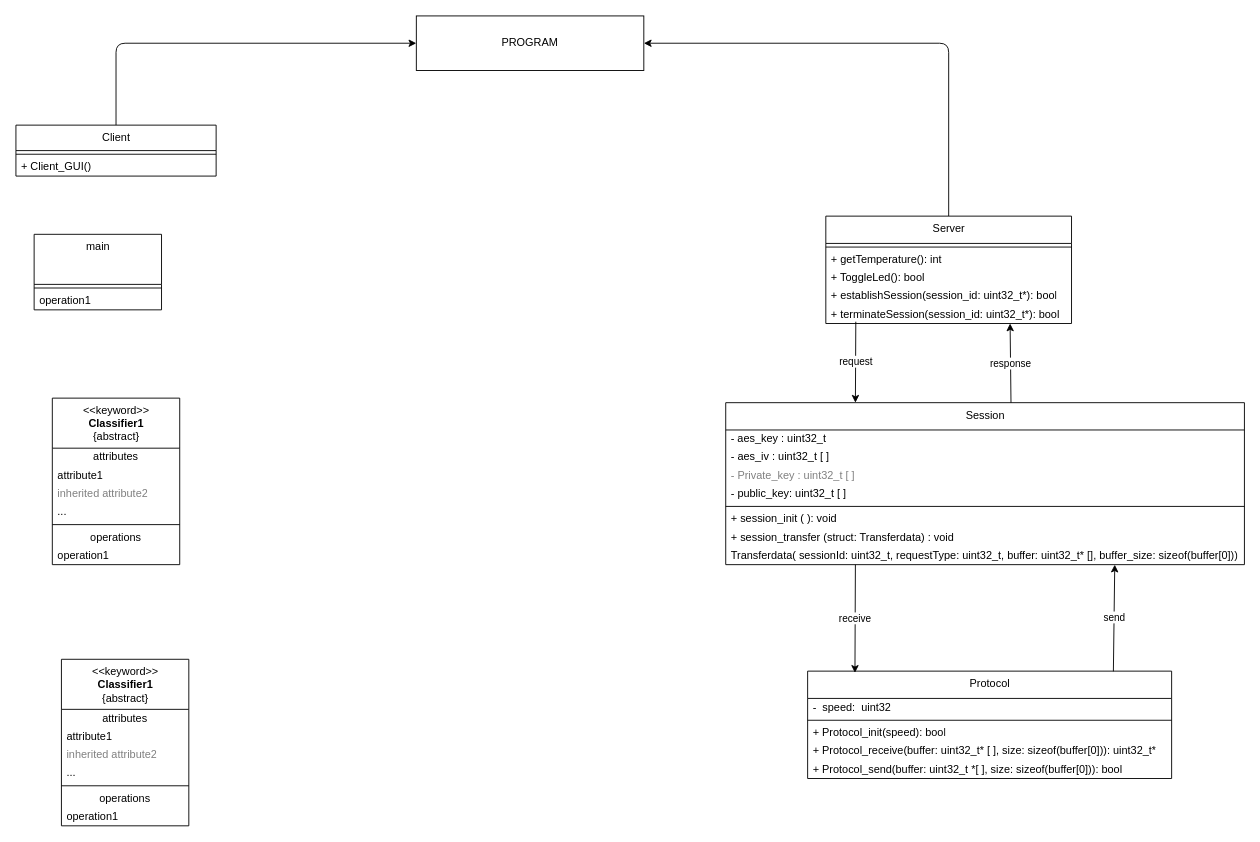
Before: docs/diagram.drawio in nkkyviv/Security, a draw.io diagram. Source tidied: cells renumbered, new cells numbered last; positions are measured from the earlier drawing's top-left corner, leaving out a move shared by most shapes. Both pictures are drawn from the tidied source at 91%, with x=0, y=0 at pixel (15, 15).
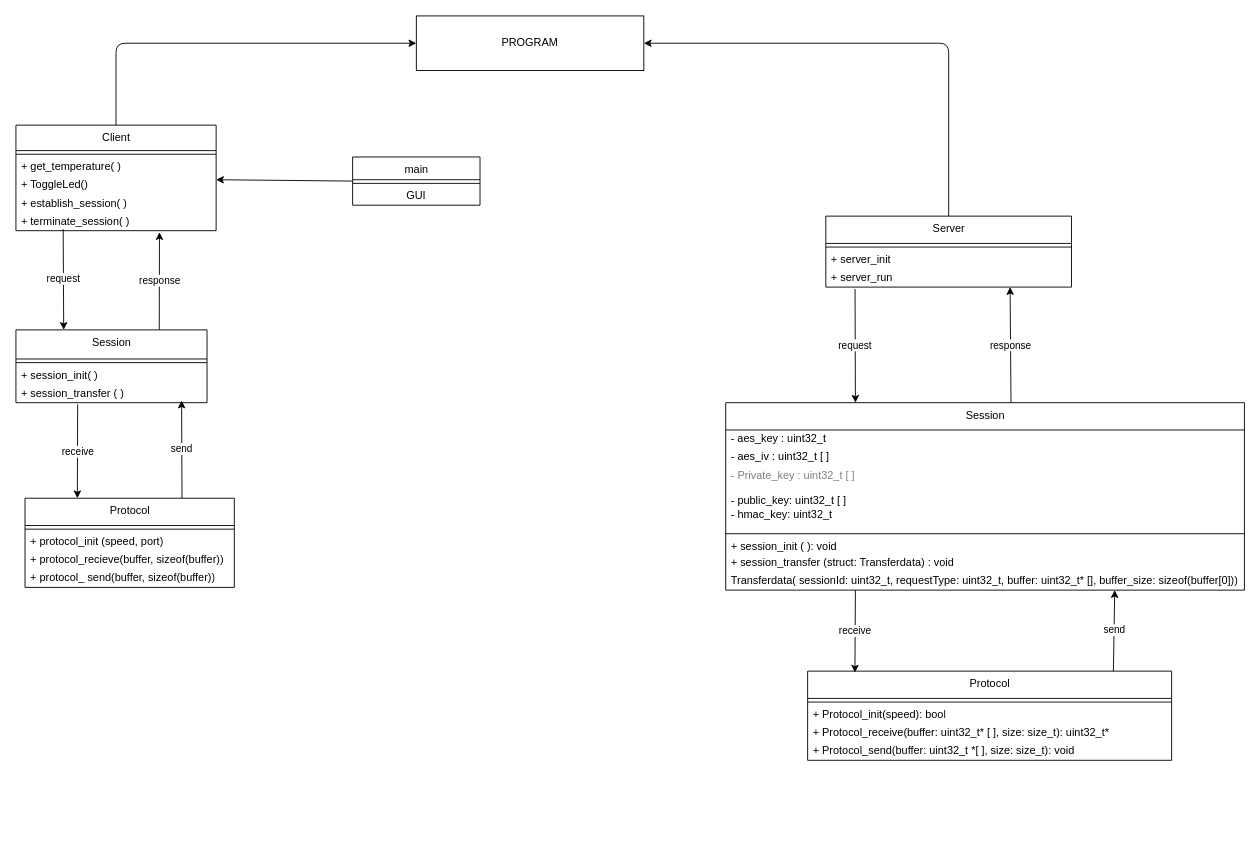
The same diagram, later.

Change to the diagram source:
```diff
@@
     <mxCell id="2" value="Protocol" style="swimlane;fontStyle=0;align=center;verticalAlign=top;horizontal=1;startSize=30;html=1;" parent="1" vertex="1">
-      <mxGeometry x="870" y="720" width="400" height="118" as="geometry" />
+      <mxGeometry x="870" y="720" width="400" height="98" as="geometry" />
     </mxCell>
-    <mxCell id="3" value="-&amp;nbsp; speed:&amp;nbsp; uint32" style="text;html=1;strokeColor=none;fillColor=none;align=left;verticalAlign=middle;spacingLeft=4;spacingRight=4;overflow=hidden;" parent="2" vertex="1">
-      <mxGeometry y="30" width="400" height="20" as="geometry" />
-    </mxCell>
     <mxCell id="4" style="line;strokeWidth=1;fillColor=none;align=left;verticalAlign=middle;spacingTop=-1;spacingLeft=3;spacingRight=3;labelPosition=right;" parent="2" vertex="1">
-      <mxGeometry y="50" width="400" height="8" as="geometry" />
+      <mxGeometry y="30" width="400" height="8" as="geometry" />
     </mxCell>
     <mxCell id="5" value="+ Protocol_init(speed): bool" style="text;html=1;strokeColor=none;fillColor=none;align=left;verticalAlign=middle;spacingLeft=4;spacingRight=4;overflow=hidden;" parent="2" vertex="1">
-      <mxGeometry y="58" width="400" height="20" as="geometry" />
+      <mxGeometry y="38" width="400" height="20" as="geometry" />
     </mxCell>
-    <mxCell id="6" value="+ Protocol_receive(buffer: uint32_t* [ ], size: sizeof(buffer[0])): uint32_t*" style="text;html=1;strokeColor=none;fillColor=none;align=left;verticalAlign=middle;spacingLeft=4;spacingRight=4;overflow=hidden;" parent="2" vertex="1">
-      <mxGeometry y="78" width="400" height="20" as="geometry" />
+    <mxCell id="6" value="+ Protocol_receive(buffer: uint32_t* [ ], size: size_t): uint32_t*" style="text;html=1;strokeColor=none;fillColor=none;align=left;verticalAlign=middle;spacingLeft=4;spacingRight=4;overflow=hidden;" parent="2" vertex="1">
+      <mxGeometry y="58" width="400" height="20" as="geometry" />
     </mxCell>
-    <mxCell id="7" value="+ Protocol_send(buffer: uint32_t *[ ], size: sizeof(buffer[0])): bool" style="text;html=1;strokeColor=none;fillColor=none;align=left;verticalAlign=middle;spacingLeft=4;spacingRight=4;overflow=hidden;" parent="2" vertex="1">
-      <mxGeometry y="98" width="400" height="20" as="geometry" />
+    <mxCell id="7" value="+ Protocol_send(buffer: uint32_t *[ ], size: size_t): void" style="text;html=1;strokeColor=none;fillColor=none;align=left;verticalAlign=middle;spacingLeft=4;spacingRight=4;overflow=hidden;" parent="2" vertex="1">
+      <mxGeometry y="78" width="400" height="20" as="geometry" />
     </mxCell>
@@
     <mxCell id="10" value="Server" style="swimlane;fontStyle=0;align=center;verticalAlign=top;horizontal=1;startSize=30;html=1;" parent="1" vertex="1">
-      <mxGeometry x="890" y="220" width="270" height="118" as="geometry" />
+      <mxGeometry x="890" y="220" width="270" height="78" as="geometry" />
     </mxCell>
@@
-    <mxCell id="12" value="+ getTemperature(): int" style="text;html=1;strokeColor=none;fillColor=none;align=left;verticalAlign=middle;spacingLeft=4;spacingRight=4;overflow=hidden;" parent="10" vertex="1">
+    <mxCell id="12" value="+ server_init" style="text;html=1;strokeColor=none;fillColor=none;align=left;verticalAlign=middle;spacingLeft=4;spacingRight=4;overflow=hidden;" parent="10" vertex="1">
       <mxGeometry y="38" width="270" height="20" as="geometry" />
     </mxCell>
-    <mxCell id="13" value="+ ToggleLed(): bool" style="text;html=1;strokeColor=none;fillColor=none;align=left;verticalAlign=middle;spacingLeft=4;spacingRight=4;overflow=hidden;points=[[0,0.5],[1,0.5]];portConstraint=eastwest;" parent="10" vertex="1">
+    <mxCell id="13" value="+ server_run" style="text;html=1;strokeColor=none;fillColor=none;align=left;verticalAlign=middle;spacingLeft=4;spacingRight=4;overflow=hidden;points=[[0,0.5],[1,0.5]];portConstraint=eastwest;" parent="10" vertex="1">
       <mxGeometry y="58" width="270" height="20" as="geometry" />
     </mxCell>
-    <mxCell id="14" value="+ establishSession(session_id: uint32_t*): bool" style="text;html=1;strokeColor=none;fillColor=none;align=left;verticalAlign=middle;spacingLeft=4;spacingRight=4;overflow=hidden;" parent="10" vertex="1">
-      <mxGeometry y="78" width="270" height="20" as="geometry" />
-    </mxCell>
-    <mxCell id="15" value="+ terminateSession(session_id: uint32_t*): bool" style="text;html=1;strokeColor=none;fillColor=none;align=left;verticalAlign=middle;spacingLeft=4;spacingRight=4;overflow=hidden;points=[[0,0.5],[1,0.5]];portConstraint=eastwest;" parent="10" vertex="1">
-      <mxGeometry y="98" width="270" height="20" as="geometry" />
-    </mxCell>
@@
     <mxCell id="17" value="Client" style="swimlane;fontStyle=0;align=center;verticalAlign=top;horizontal=1;startSize=28;html=1;" parent="1" vertex="1">
-      <mxGeometry y="120" width="220" height="56" as="geometry" />
+      <mxGeometry y="120" width="220" height="116" as="geometry" />
     </mxCell>
@@
-    <mxCell id="19" value="+ Client_GUI()" style="text;html=1;strokeColor=none;fillColor=none;align=left;verticalAlign=middle;spacingLeft=4;spacingRight=4;overflow=hidden;" parent="17" vertex="1">
+    <mxCell id="19" value="+ get_temperature( )" style="text;html=1;strokeColor=none;fillColor=none;align=left;verticalAlign=middle;spacingLeft=4;spacingRight=4;overflow=hidden;" parent="17" vertex="1">
       <mxGeometry y="36" width="220" height="20" as="geometry" />
     </mxCell>
+    <mxCell id="52" value="+ ToggleLed()" style="text;html=1;strokeColor=none;fillColor=none;align=left;verticalAlign=middle;spacingLeft=4;spacingRight=4;overflow=hidden;" parent="17" vertex="1">
+      <mxGeometry y="56" width="220" height="20" as="geometry" />
+    </mxCell>
+    <mxCell id="53" value="+ establish_session( )" style="text;html=1;strokeColor=none;fillColor=none;align=left;verticalAlign=middle;spacingLeft=4;spacingRight=4;overflow=hidden;" parent="17" vertex="1">
+      <mxGeometry y="76" width="220" height="20" as="geometry" />
+    </mxCell>
+    <mxCell id="54" value="+ terminate_session( )" style="text;html=1;strokeColor=none;fillColor=none;align=left;verticalAlign=middle;spacingLeft=4;spacingRight=4;overflow=hidden;points=[[0,0.5],[1,0.5]];portConstraint=eastwest;" parent="17" vertex="1">
+      <mxGeometry y="96" width="220" height="20" as="geometry" />
+    </mxCell>
@@
-    <mxCell id="21" value="main" style="swimlane;fontStyle=0;align=center;verticalAlign=top;horizontal=1;startSize=55;html=1;" parent="1" vertex="1">
-      <mxGeometry x="20" y="240" width="140" height="83" as="geometry" />
-    </mxCell>
-    <mxCell id="22" style="line;strokeWidth=1;fillColor=none;align=left;verticalAlign=middle;spacingTop=-1;spacingLeft=3;spacingRight=3;labelPosition=right;" parent="21" vertex="1">
-      <mxGeometry y="55" width="140" height="8" as="geometry" />
-    </mxCell>
-    <mxCell id="23" value="operation1" style="text;html=1;strokeColor=none;fillColor=none;align=left;verticalAlign=middle;spacingLeft=4;spacingRight=4;overflow=hidden;" parent="21" vertex="1">
-      <mxGeometry y="63" width="140" height="20" as="geometry" />
-    </mxCell>
+    <mxCell id="55" value="response" style="edgeStyle=none;html=1;exitX=0.75;exitY=0;exitDx=0;exitDy=0;entryX=0.717;entryY=1.084;entryDx=0;entryDy=0;entryPerimeter=0;" parent="1" edge="1" source="24" target="54">
+      <mxGeometry relative="1" as="geometry" />
+    </mxCell>
-    <mxCell id="24" value="&amp;lt;&amp;lt;keyword&amp;gt;&amp;gt;&lt;br&gt;&lt;b&gt;Classifier1&lt;/b&gt;&lt;br&gt;{abstract}" style="swimlane;fontStyle=0;align=center;verticalAlign=top;horizontal=1;startSize=55;html=1;" parent="1" vertex="1">
-      <mxGeometry x="40" y="420" width="140" height="183" as="geometry" />
+    <mxCell id="24" value="Session" style="swimlane;fontStyle=0;align=center;verticalAlign=top;horizontal=1;startSize=32;html=1;" parent="1" vertex="1">
+      <mxGeometry y="345" width="210" height="80" as="geometry" />
     </mxCell>
-    <mxCell id="25" value="attributes" style="text;html=1;strokeColor=none;fillColor=none;align=center;verticalAlign=middle;spacingLeft=4;spacingRight=4;overflow=hidden;" parent="24" vertex="1">
-      <mxGeometry y="55" width="140" height="20" as="geometry" />
-    </mxCell>
-    <mxCell id="26" value="attribute1" style="text;html=1;strokeColor=none;fillColor=none;align=left;verticalAlign=middle;spacingLeft=4;spacingRight=4;overflow=hidden;" parent="24" vertex="1">
-      <mxGeometry y="75" width="140" height="20" as="geometry" />
-    </mxCell>
-    <mxCell id="27" value="inherited attribute2" style="text;html=1;strokeColor=none;fillColor=none;align=left;verticalAlign=middle;spacingLeft=4;spacingRight=4;overflow=hidden;fontColor=#808080;" parent="24" vertex="1">
-      <mxGeometry y="95" width="140" height="20" as="geometry" />
-    </mxCell>
-    <mxCell id="28" value="..." style="text;html=1;strokeColor=none;fillColor=none;align=left;verticalAlign=middle;spacingLeft=4;spacingRight=4;overflow=hidden;" parent="24" vertex="1">
-      <mxGeometry y="115" width="140" height="20" as="geometry" />
-    </mxCell>
     <mxCell id="29" style="line;strokeWidth=1;fillColor=none;align=left;verticalAlign=middle;spacingTop=-1;spacingLeft=3;spacingRight=3;labelPosition=right;" parent="24" vertex="1">
-      <mxGeometry y="135" width="140" height="8" as="geometry" />
+      <mxGeometry y="32" width="210" height="8" as="geometry" />
     </mxCell>
-    <mxCell id="30" value="operations" style="text;html=1;strokeColor=none;fillColor=none;align=center;verticalAlign=middle;spacingLeft=4;spacingRight=4;overflow=hidden;" parent="24" vertex="1">
-      <mxGeometry y="143" width="140" height="20" as="geometry" />
-    </mxCell>
-    <mxCell id="31" value="operation1" style="text;html=1;strokeColor=none;fillColor=none;align=left;verticalAlign=middle;spacingLeft=4;spacingRight=4;overflow=hidden;" parent="24" vertex="1">
-      <mxGeometry y="163" width="140" height="20" as="geometry" />
+    <mxCell id="31" value="+ session_init( )" style="text;html=1;strokeColor=none;fillColor=none;align=left;verticalAlign=middle;spacingLeft=4;spacingRight=4;overflow=hidden;" parent="24" vertex="1">
+      <mxGeometry y="40" width="210" height="20" as="geometry" />
     </mxCell>
+    <mxCell id="56" value="+ session_transfer ( )" style="text;html=1;strokeColor=none;fillColor=none;align=left;verticalAlign=middle;spacingLeft=4;spacingRight=4;overflow=hidden;points=[[0,0.5],[1,0.5]];portConstraint=eastwest;" parent="24" vertex="1">
+      <mxGeometry y="60" width="210" height="20" as="geometry" />
+    </mxCell>
+    <mxCell id="57" value="send" style="edgeStyle=none;html=1;exitX=0.75;exitY=0;exitDx=0;exitDy=0;entryX=0.867;entryY=0.884;entryDx=0;entryDy=0;entryPerimeter=0;" parent="1" edge="1" source="32" target="56">
+      <mxGeometry relative="1" as="geometry" />
+    </mxCell>
-    <mxCell id="32" value="&amp;lt;&amp;lt;keyword&amp;gt;&amp;gt;&lt;br&gt;&lt;b&gt;Classifier1&lt;/b&gt;&lt;br&gt;{abstract}" style="swimlane;fontStyle=0;align=center;verticalAlign=top;horizontal=1;startSize=55;html=1;" parent="1" vertex="1">
-      <mxGeometry x="50" y="707" width="140" height="183" as="geometry" />
+    <mxCell id="32" value="Protocol" style="swimlane;fontStyle=0;align=center;verticalAlign=top;horizontal=1;startSize=30;html=1;" parent="1" vertex="1">
+      <mxGeometry x="10" y="530" width="230" height="98" as="geometry" />
     </mxCell>
-    <mxCell id="33" value="attributes" style="text;html=1;strokeColor=none;fillColor=none;align=center;verticalAlign=middle;spacingLeft=4;spacingRight=4;overflow=hidden;" parent="32" vertex="1">
-      <mxGeometry y="55" width="140" height="20" as="geometry" />
-    </mxCell>
-    <mxCell id="34" value="attribute1" style="text;html=1;strokeColor=none;fillColor=none;align=left;verticalAlign=middle;spacingLeft=4;spacingRight=4;overflow=hidden;" parent="32" vertex="1">
-      <mxGeometry y="75" width="140" height="20" as="geometry" />
-    </mxCell>
-    <mxCell id="35" value="inherited attribute2" style="text;html=1;strokeColor=none;fillColor=none;align=left;verticalAlign=middle;spacingLeft=4;spacingRight=4;overflow=hidden;fontColor=#808080;" parent="32" vertex="1">
-      <mxGeometry y="95" width="140" height="20" as="geometry" />
-    </mxCell>
-    <mxCell id="36" value="..." style="text;html=1;strokeColor=none;fillColor=none;align=left;verticalAlign=middle;spacingLeft=4;spacingRight=4;overflow=hidden;" parent="32" vertex="1">
-      <mxGeometry y="115" width="140" height="20" as="geometry" />
-    </mxCell>
     <mxCell id="37" style="line;strokeWidth=1;fillColor=none;align=left;verticalAlign=middle;spacingTop=-1;spacingLeft=3;spacingRight=3;labelPosition=right;" parent="32" vertex="1">
-      <mxGeometry y="135" width="140" height="8" as="geometry" />
+      <mxGeometry y="30" width="230" height="8" as="geometry" />
     </mxCell>
-    <mxCell id="38" value="operations" style="text;html=1;strokeColor=none;fillColor=none;align=center;verticalAlign=middle;spacingLeft=4;spacingRight=4;overflow=hidden;" parent="32" vertex="1">
-      <mxGeometry y="143" width="140" height="20" as="geometry" />
-    </mxCell>
-    <mxCell id="39" value="operation1" style="text;html=1;strokeColor=none;fillColor=none;align=left;verticalAlign=middle;spacingLeft=4;spacingRight=4;overflow=hidden;" parent="32" vertex="1">
-      <mxGeometry y="163" width="140" height="20" as="geometry" />
+    <mxCell id="39" value="+ protocol_init (speed, port)" style="text;html=1;strokeColor=none;fillColor=none;align=left;verticalAlign=middle;spacingLeft=4;spacingRight=4;overflow=hidden;" parent="32" vertex="1">
+      <mxGeometry y="38" width="230" height="20" as="geometry" />
     </mxCell>
+    <mxCell id="58" value="+ protocol_recieve(buffer, sizeof(buffer))" style="text;html=1;strokeColor=none;fillColor=none;align=left;verticalAlign=middle;spacingLeft=4;spacingRight=4;overflow=hidden;" parent="32" vertex="1">
+      <mxGeometry y="58" width="230" height="20" as="geometry" />
+    </mxCell>
+    <mxCell id="59" value="+ protocol_ send(buffer, sizeof(buffer))" style="text;html=1;strokeColor=none;fillColor=none;align=left;verticalAlign=middle;spacingLeft=4;spacingRight=4;overflow=hidden;" parent="32" vertex="1">
+      <mxGeometry y="78" width="230" height="20" as="geometry" />
+    </mxCell>
@@
     <mxCell id="42" value="Session" style="swimlane;fontStyle=0;align=center;verticalAlign=top;horizontal=1;startSize=30;html=1;" parent="1" vertex="1">
-      <mxGeometry x="780" y="425" width="570" height="178" as="geometry" />
+      <mxGeometry x="780" y="425" width="570" height="206" as="geometry" />
     </mxCell>
@@
-    <mxCell id="46" value="- public_key: uint32_t [ ]" style="text;html=1;strokeColor=none;fillColor=none;align=left;verticalAlign=middle;spacingLeft=4;spacingRight=4;overflow=hidden;" parent="42" vertex="1">
-      <mxGeometry y="90" width="570" height="20" as="geometry" />
+    <mxCell id="46" value="- public_key: uint32_t [ ]&lt;br&gt;- hmac_key: uint32_t" style="text;html=1;strokeColor=none;fillColor=none;align=left;verticalAlign=middle;spacingLeft=4;spacingRight=4;overflow=hidden;" parent="42" vertex="1">
+      <mxGeometry y="90" width="570" height="50" as="geometry" />
     </mxCell>
     <mxCell id="47" style="line;strokeWidth=1;fillColor=none;align=left;verticalAlign=middle;spacingTop=-1;spacingLeft=3;spacingRight=3;labelPosition=right;" parent="42" vertex="1">
-      <mxGeometry y="110" width="570" height="8" as="geometry" />
+      <mxGeometry y="140" width="570" height="8" as="geometry" />
     </mxCell>
     <mxCell id="48" value="+ session_init ( ): void" style="text;html=1;strokeColor=none;fillColor=none;align=left;verticalAlign=middle;spacingLeft=4;spacingRight=4;overflow=hidden;" parent="42" vertex="1">
-      <mxGeometry y="118" width="570" height="20" as="geometry" />
+      <mxGeometry y="148" width="570" height="18" as="geometry" />
     </mxCell>
     <mxCell id="49" value="+ session_transfer (struct: Transferdata) : void" style="text;html=1;strokeColor=none;fillColor=none;align=left;verticalAlign=middle;spacingLeft=4;spacingRight=4;overflow=hidden;" parent="42" vertex="1">
-      <mxGeometry y="138" width="570" height="20" as="geometry" />
+      <mxGeometry y="166" width="570" height="20" as="geometry" />
     </mxCell>
     <mxCell id="50" value="Transferdata( sessionId: uint32_t, requestType: uint32_t, buffer: uint32_t* [], buffer_size: sizeof(buffer[0]))" style="text;html=1;strokeColor=none;fillColor=none;align=left;verticalAlign=middle;spacingLeft=4;spacingRight=4;overflow=hidden;" parent="42" vertex="1">
-      <mxGeometry y="158" width="570" height="20" as="geometry" />
+      <mxGeometry y="186" width="570" height="20" as="geometry" />
     </mxCell>
-    <mxCell id="51" value="request" style="edgeStyle=none;html=1;exitX=0.122;exitY=0.901;exitDx=0;exitDy=0;entryX=0.25;entryY=0;entryDx=0;entryDy=0;exitPerimeter=0;" parent="1" edge="1" source="15" target="42">
+    <mxCell id="51" value="request" style="edgeStyle=none;html=1;exitX=0.119;exitY=1.109;exitDx=0;exitDy=0;entryX=0.25;entryY=0;entryDx=0;entryDy=0;exitPerimeter=0;" parent="1" edge="1" source="13" target="42">
       <mxGeometry relative="1" as="geometry" />
     </mxCell>
+    <mxCell id="60" style="edgeStyle=none;html=1;exitX=0;exitY=0.5;exitDx=0;exitDy=0;" parent="1" edge="1" source="21">
+      <mxGeometry relative="1" as="geometry">
+        <mxPoint x="220" y="180" as="targetPoint" />
+      </mxGeometry>
+    </mxCell>
+    <mxCell id="21" value="main" style="swimlane;fontStyle=0;align=center;verticalAlign=top;horizontal=1;startSize=25;html=1;" parent="1" vertex="1">
+      <mxGeometry x="370" y="155" width="140" height="53" as="geometry" />
+    </mxCell>
+    <mxCell id="61" style="line;strokeWidth=1;fillColor=none;align=left;verticalAlign=middle;spacingTop=-1;spacingLeft=3;spacingRight=3;labelPosition=right;" parent="21" vertex="1">
+      <mxGeometry y="25" width="140" height="8" as="geometry" />
+    </mxCell>
+    <mxCell id="62" value="GUI" style="text;html=1;strokeColor=none;fillColor=none;align=center;verticalAlign=middle;spacingLeft=4;spacingRight=4;overflow=hidden;" parent="21" vertex="1">
+      <mxGeometry y="33" width="140" height="20" as="geometry" />
+    </mxCell>
+    <mxCell id="63" value="request" style="edgeStyle=none;html=1;exitX=0.236;exitY=0.917;exitDx=0;exitDy=0;entryX=0.25;entryY=0;entryDx=0;entryDy=0;exitPerimeter=0;" parent="1" edge="1" source="54" target="24">
+      <mxGeometry relative="1" as="geometry" />
+    </mxCell>
+    <mxCell id="64" value="receive" style="edgeStyle=none;html=1;exitX=0.323;exitY=1.092;exitDx=0;exitDy=0;entryX=0.25;entryY=0;entryDx=0;entryDy=0;exitPerimeter=0;" parent="1" edge="1" source="56" target="32">
+      <mxGeometry relative="1" as="geometry" />
+    </mxCell>
```
